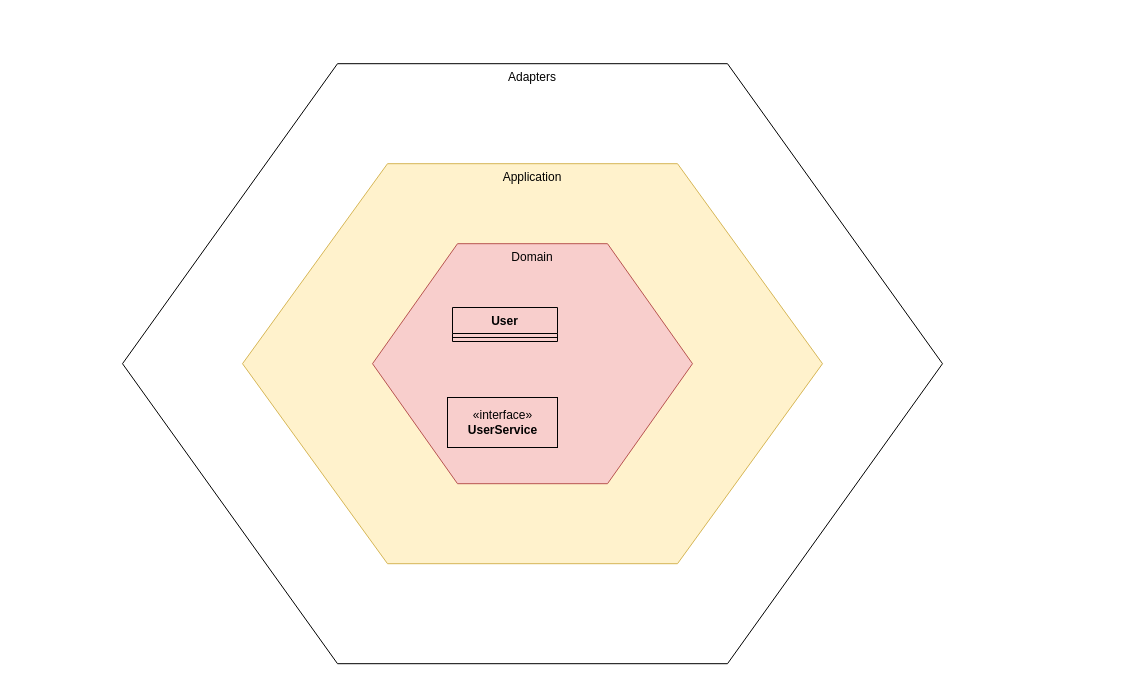
Above: user-service/documentation/architecture.drawio in jannikfg/CloudNativeDevelopment2023 (draw.io), before the change. Source tidied: cells renumbered, new cells numbered last; positions are measured from the earlier drawing's top-left corner, leaving out a move shared by most shapes. Both pictures are drawn from the tidied source at 100%, with x=0, y=0 at pixel (122, 63).
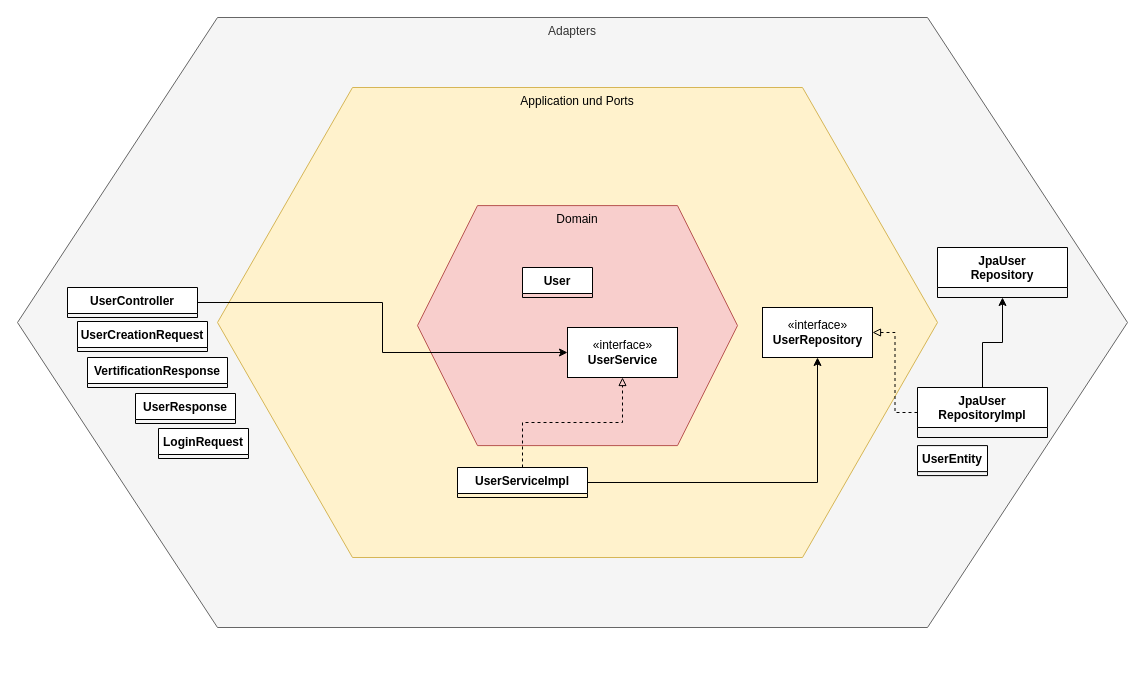
Above is the later version.

Diff of the diagram source:
```diff
@@
-    <mxCell id="2" value="Adapters" style="shape=hexagon;perimeter=hexagonPerimeter2;whiteSpace=wrap;html=1;fixedSize=1;size=215;verticalAlign=top;" parent="1" vertex="1">
-      <mxGeometry y="0.2" width="820" height="600" as="geometry" />
+    <mxCell id="2" value="Adapters" style="shape=hexagon;perimeter=hexagonPerimeter2;whiteSpace=wrap;html=1;fixedSize=1;size=200;verticalAlign=top;fillColor=#f5f5f5;fontColor=#333333;strokeColor=#666666;" parent="1" vertex="1">
+      <mxGeometry x="-105" y="-46" width="1110" height="610" as="geometry" />
     </mxCell>
-    <mxCell id="3" value="Application" style="shape=hexagon;perimeter=hexagonPerimeter2;whiteSpace=wrap;html=1;fixedSize=1;size=144.99999999999977;fillColor=#fff2cc;strokeColor=#d6b656;align=center;verticalAlign=top;" parent="1" vertex="1">
-      <mxGeometry x="120" y="100.2" width="580" height="400" as="geometry" />
+    <mxCell id="3" value="Application und Ports" style="shape=hexagon;perimeter=hexagonPerimeter2;whiteSpace=wrap;html=1;fixedSize=1;size=135;align=center;verticalAlign=top;fillColor=#fff2cc;strokeColor=#d6b656;" parent="1" vertex="1">
+      <mxGeometry x="95" y="24" width="720" height="470" as="geometry" />
     </mxCell>
-    <mxCell id="4" value="Domain" style="shape=hexagon;perimeter=hexagonPerimeter2;whiteSpace=wrap;html=1;fixedSize=1;size=85;fillColor=#f8cecc;strokeColor=#b85450;verticalAlign=top;" parent="1" vertex="1">
-      <mxGeometry x="250" y="180.2" width="320" height="240" as="geometry" />
+    <mxCell id="4" value="Domain" style="shape=hexagon;perimeter=hexagonPerimeter2;whiteSpace=wrap;html=1;fixedSize=1;size=60;verticalAlign=top;fillColor=#f8cecc;strokeColor=#b85450;" parent="1" vertex="1">
+      <mxGeometry x="295" y="142.1" width="320" height="240" as="geometry" />
     </mxCell>
-    <mxCell id="5" value="«interface»&lt;br&gt;&lt;b&gt;UserService&lt;/b&gt;" style="html=1;fillColor=#F8CECC;" parent="1" vertex="1">
-      <mxGeometry x="325" y="334" width="110" height="50" as="geometry" />
+    <mxCell id="5" value="«interface»&lt;br&gt;&lt;b&gt;UserService&lt;/b&gt;" style="html=1;" parent="1" vertex="1">
+      <mxGeometry x="445" y="264" width="110" height="50" as="geometry" />
     </mxCell>
-    <mxCell id="6" value="User" style="swimlane;fontStyle=1;align=center;verticalAlign=top;horizontal=1;startSize=26;fillColor=#F8CECC;" parent="1" vertex="1">
-      <mxGeometry x="330" y="244" width="105" height="34" as="geometry" />
+    <mxCell id="6" value="User" style="swimlane;fontStyle=1;align=center;verticalAlign=top;horizontal=1;startSize=26;" parent="1" vertex="1" collapsed="1">
+      <mxGeometry x="400" y="204" width="70" height="30" as="geometry" />
     </mxCell>
-    <mxCell id="7" style="line;strokeWidth=1;fillColor=none;align=left;verticalAlign=middle;spacingTop=-1;spacingLeft=3;spacingRight=3;labelPosition=right;strokeColor=inherit;" parent="6" vertex="1">
-      <mxGeometry y="26" width="105" height="8" as="geometry" />
-    </mxCell>
+    <mxCell id="8" style="edgeStyle=orthogonalEdgeStyle;rounded=0;jettySize=auto;html=1;dashed=1;endArrow=block;endFill=0;" parent="1" edge="1" source="9" target="5">
+      <mxGeometry relative="1" as="geometry" />
+    </mxCell>
+    <mxCell id="9" value="UserServiceImpl" style="swimlane;fontStyle=1;align=center;verticalAlign=top;horizontal=1;startSize=26;" parent="1" vertex="1" collapsed="1">
+      <mxGeometry x="335" y="404" width="130" height="30" as="geometry" />
+    </mxCell>
+    <mxCell id="10" value="«interface»&lt;br&gt;&lt;b&gt;UserRepository&lt;/b&gt;" style="html=1;" parent="1" vertex="1">
+      <mxGeometry x="640" y="244" width="110" height="50" as="geometry" />
+    </mxCell>
+    <mxCell id="11" style="endArrow=classic;html=1;rounded=0;exitX=1;exitY=0.5;exitDx=0;exitDy=0;entryX=0.5;entryY=1;entryDx=0;entryDy=0;" parent="1" edge="1" source="9" target="10">
+      <mxGeometry relative="1" as="geometry">
+        <Array as="points">
+          <mxPoint x="695" y="419" />
+        </Array>
+      </mxGeometry>
+    </mxCell>
+    <mxCell id="12" style="edgeStyle=orthogonalEdgeStyle;rounded=0;jettySize=auto;html=1;entryX=1;entryY=0.5;entryDx=0;entryDy=0;endArrow=block;endFill=0;dashed=1;" parent="1" edge="1" source="14" target="10">
+      <mxGeometry relative="1" as="geometry" />
+    </mxCell>
+    <mxCell id="13" style="edgeStyle=orthogonalEdgeStyle;rounded=0;jettySize=auto;html=1;entryX=0.5;entryY=1;entryDx=0;entryDy=0;endArrow=classic;endFill=1;" parent="1" edge="1" source="14" target="16">
+      <mxGeometry relative="1" as="geometry" />
+    </mxCell>
+    <mxCell id="14" value="JpaUser&#10;RepositoryImpl" style="swimlane;fontStyle=1;align=center;verticalAlign=top;horizontal=1;startSize=40;" parent="1" vertex="1" collapsed="1">
+      <mxGeometry x="795" y="324" width="130" height="50" as="geometry" />
+    </mxCell>
+    <mxCell id="15" value="UserEntity" style="swimlane;fontStyle=1;align=center;verticalAlign=top;horizontal=1;startSize=26;" parent="1" vertex="1" collapsed="1">
+      <mxGeometry x="795" y="382.1" width="70" height="30" as="geometry" />
+    </mxCell>
+    <mxCell id="16" value="JpaUser&#10;Repository" style="swimlane;fontStyle=1;align=center;verticalAlign=top;horizontal=1;startSize=40;" parent="1" vertex="1" collapsed="1">
+      <mxGeometry x="815" y="184" width="130" height="50" as="geometry" />
+    </mxCell>
+    <mxCell id="17" style="edgeStyle=orthogonalEdgeStyle;rounded=0;jettySize=auto;html=1;entryX=0;entryY=0.5;entryDx=0;entryDy=0;endArrow=classic;endFill=1;" parent="1" edge="1" source="18" target="5">
+      <mxGeometry relative="1" as="geometry" />
+    </mxCell>
+    <mxCell id="18" value="UserController" style="swimlane;fontStyle=1;align=center;verticalAlign=top;horizontal=1;startSize=26;" parent="1" vertex="1" collapsed="1">
+      <mxGeometry x="-55" y="224" width="130" height="30" as="geometry" />
+    </mxCell>
+    <mxCell id="19" value="LoginRequest" style="swimlane;fontStyle=1;align=center;verticalAlign=top;horizontal=1;startSize=26;" parent="1" vertex="1" collapsed="1">
+      <mxGeometry x="36" y="365" width="90" height="30" as="geometry" />
+    </mxCell>
+    <mxCell id="20" value="UserCreationRequest" style="swimlane;fontStyle=1;align=center;verticalAlign=top;horizontal=1;startSize=26;" parent="1" vertex="1" collapsed="1">
+      <mxGeometry x="-45" y="258" width="130" height="30" as="geometry" />
+    </mxCell>
+    <mxCell id="21" value="UserResponse" style="swimlane;fontStyle=1;align=center;verticalAlign=top;horizontal=1;startSize=26;" parent="1" vertex="1" collapsed="1">
+      <mxGeometry x="13" y="330" width="100" height="30" as="geometry" />
+    </mxCell>
+    <mxCell id="22" value="VertificationResponse" style="swimlane;fontStyle=1;align=center;verticalAlign=top;horizontal=1;startSize=26;" parent="1" vertex="1" collapsed="1">
+      <mxGeometry x="-35" y="294" width="140" height="30" as="geometry" />
+    </mxCell>
```
